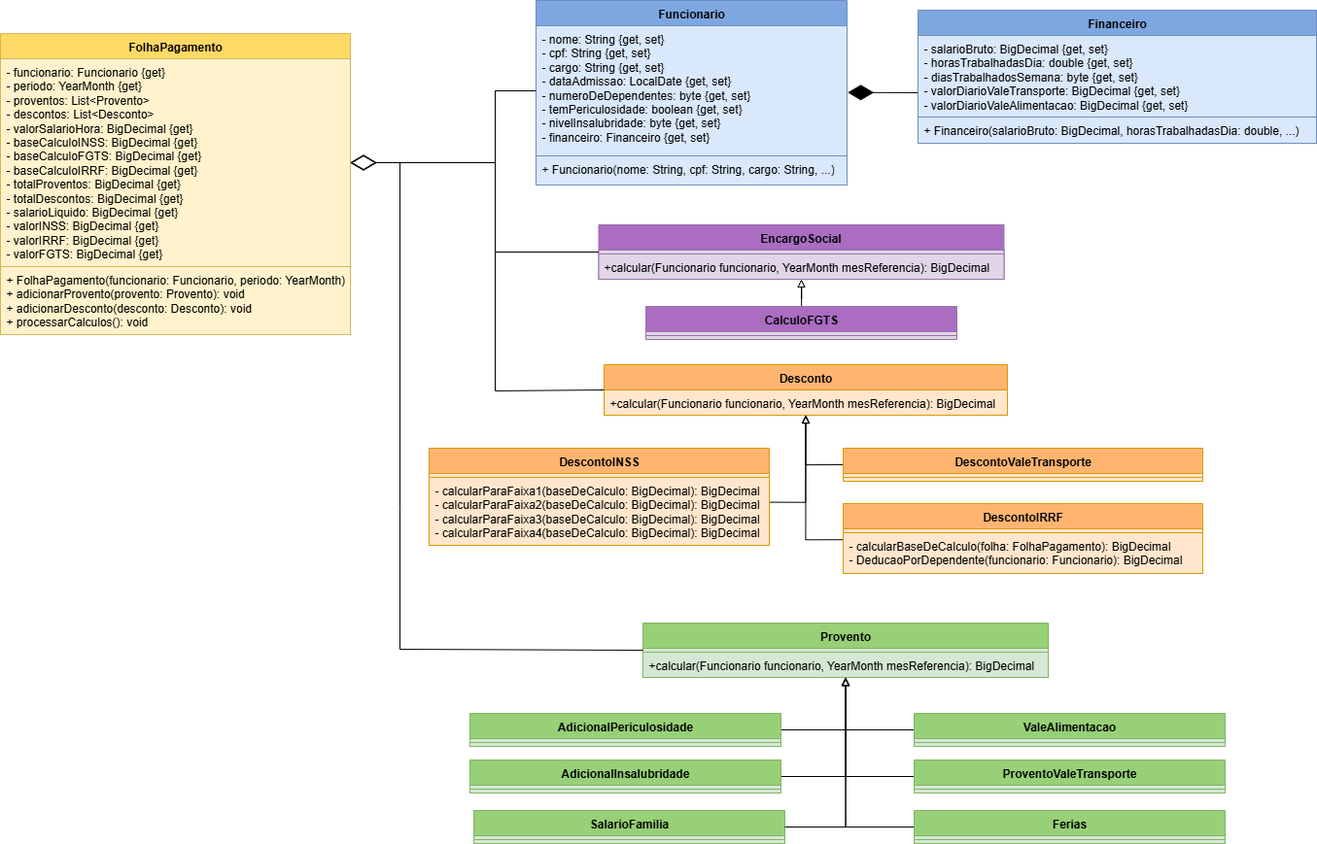
Earlier version of the draw.io export docs/images/diagrama-uml.png (pm-puc-minas/calculo-folha-pagamento-lab2-grupo4). Source tidied: cells renumbered, new cells last; positions are measured from the earlier drawing's top-left corner, leaving out a move shared by most shapes.
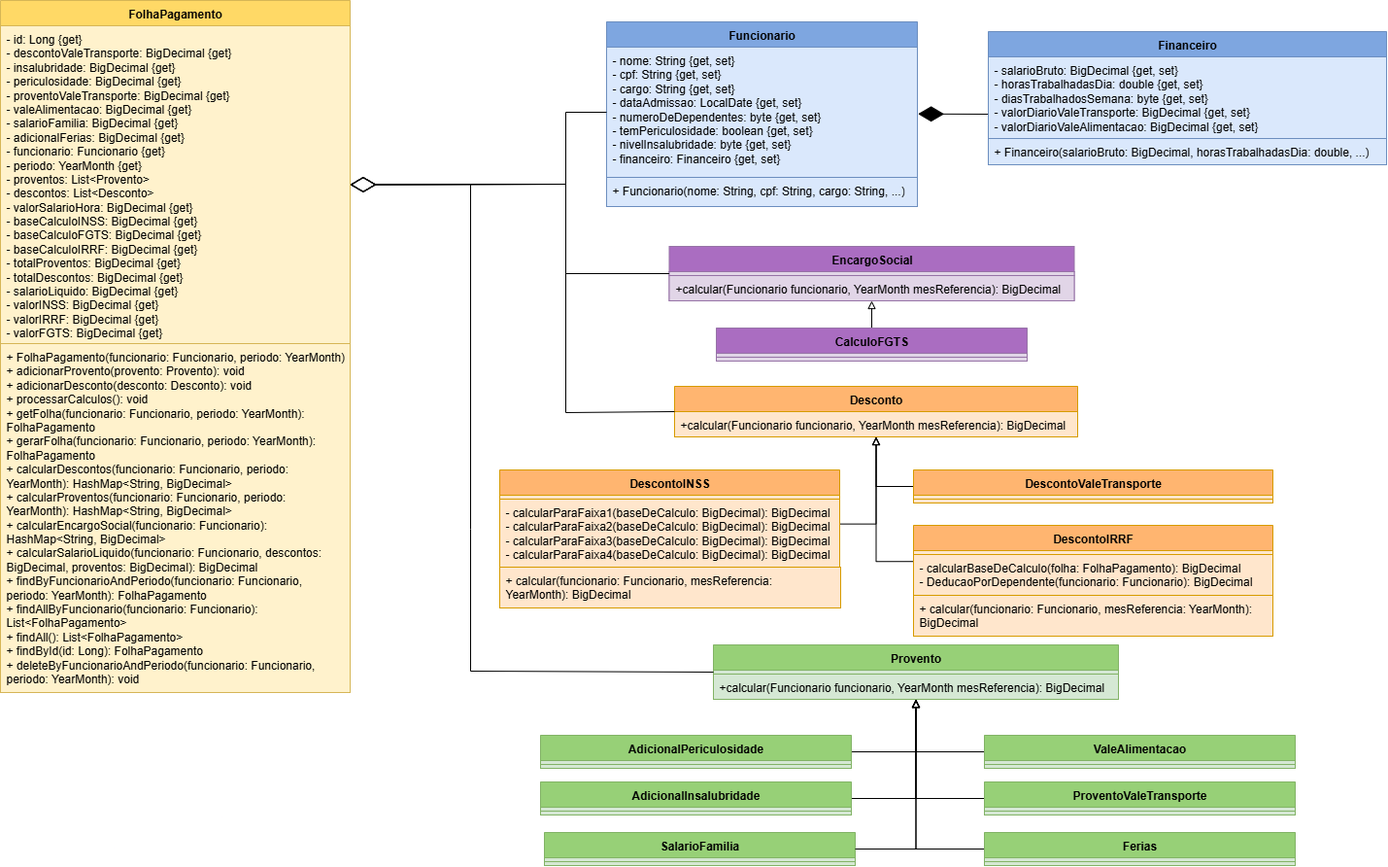
The same diagram one commit later.

Commit message:
Diagrama UML atualizado

The edit, as a diff of the source:
```diff
@@ -12,13 +12,13 @@
       <mxGeometry y="110" width="410" height="27" as="geometry" />
     </mxCell>
     <mxCell id="5" value="FolhaPagamento" style="swimlane;fontStyle=1;align=center;verticalAlign=top;horizontal=1;startSize=26;whiteSpace=wrap;html=1;fillColor=#FFD966;strokeColor=#d6b656;" parent="1" vertex="1">
-      <mxGeometry y="34" width="360" height="310" as="geometry" />
+      <mxGeometry x="-73" y="-22" width="360" height="712" as="geometry" />
     </mxCell>
-    <mxCell id="6" value="- funcionario: Funcionario {get}&lt;br&gt;- periodo: YearMonth {get}&lt;br&gt;- proventos: List&amp;lt;Provento&amp;gt;&lt;br&gt;- descontos: List&amp;lt;Desconto&amp;gt;&lt;div&gt;- valorSalarioHora: BigDecimal {get}&lt;br&gt;- baseCalculoINSS: BigDecimal {get}&lt;br&gt;- baseCalculoFGTS: BigDecimal {get}&lt;br&gt;- baseCalculoIRRF: BigDecimal {get}&lt;br&gt;- totalProventos: BigDecimal {get}&lt;br&gt;- totalDescontos: BigDecimal {get}&lt;br&gt;- salarioLiquido: BigDecimal {get}&lt;br&gt;- valorINSS: BigDecimal {get}&lt;br&gt;- valorIRRF: BigDecimal {get}&lt;br&gt;- valorFGTS: BigDecimal {get}&lt;/div&gt;" style="text;strokeColor=#d6b656;fillColor=#fff2cc;align=left;verticalAlign=top;spacingLeft=4;spacingRight=4;overflow=hidden;points=[[0,0.5],[1,0.5]];portConstraint=eastwest;whiteSpace=wrap;html=1;shadow=0;" parent="5" vertex="1">
-      <mxGeometry y="26" width="360" height="214" as="geometry" />
+    <mxCell id="6" value="&lt;div&gt;- id: Long {get}&lt;/div&gt;&lt;div&gt;- descontoValeTransporte: BigDecimal {get}&lt;/div&gt;&lt;div&gt;- insalubridade: BigDecimal {get}&lt;/div&gt;&lt;div&gt;- periculosidade: BigDecimal {get}&lt;/div&gt;&lt;div&gt;- proventoValeTransporte: BigDecimal {get}&lt;/div&gt;&lt;div&gt;- valeAlimentacao: BigDecimal {get}&lt;/div&gt;&lt;div&gt;- salarioFamilia: BigDecimal {get}&lt;/div&gt;&lt;div&gt;- adicionalFerias: BigDecimal {get}&lt;/div&gt;- funcionario: Funcionario {get}&lt;br&gt;- periodo: YearMonth {get}&lt;br&gt;- proventos: List&amp;lt;Provento&amp;gt;&lt;br&gt;- descontos: List&amp;lt;Desconto&amp;gt;&lt;div&gt;- valorSalarioHora: BigDecimal {get}&lt;br&gt;- baseCalculoINSS: BigDecimal {get}&lt;br&gt;- baseCalculoFGTS: BigDecimal {get}&lt;br&gt;- baseCalculoIRRF: BigDecimal {get}&lt;br&gt;- totalProventos: BigDecimal {get}&lt;br&gt;- totalDescontos: BigDecimal {get}&lt;br&gt;- salarioLiquido: BigDecimal {get}&lt;br&gt;- valorINSS: BigDecimal {get}&lt;br&gt;- valorIRRF: BigDecimal {get}&lt;br&gt;- valorFGTS: BigDecimal {get}&lt;br&gt;&lt;/div&gt;" style="text;strokeColor=#d6b656;fillColor=#fff2cc;align=left;verticalAlign=top;spacingLeft=4;spacingRight=4;overflow=hidden;points=[[0,0.5],[1,0.5]];portConstraint=eastwest;whiteSpace=wrap;html=1;shadow=0;" parent="5" vertex="1">
+      <mxGeometry y="26" width="360" height="327" as="geometry" />
     </mxCell>
-    <mxCell id="7" value="+ FolhaPagamento(funcionario: Funcionario, periodo: YearMonth)&lt;br/&gt;+ adicionarProvento(provento: Provento): void&lt;br/&gt;+ adicionarDesconto(desconto: Desconto): void&lt;br/&gt;+ processarCalculos(): void" style="text;strokeColor=#d6b656;fillColor=#fff2cc;align=left;verticalAlign=top;spacingLeft=4;spacingRight=4;overflow=hidden;whiteSpace=wrap;html=1;shadow=0;" parent="5" vertex="1">
-      <mxGeometry y="240" width="360" height="70" as="geometry" />
+    <mxCell id="7" value="+ FolhaPagamento(funcionario: Funcionario, periodo: YearMonth)&lt;br&gt;+ adicionarProvento(provento: Provento): void&lt;br&gt;+ adicionarDesconto(desconto: Desconto): void&lt;br&gt;+ processarCalculos(): void&lt;br&gt;&lt;div&gt;+ getFolha(funcionario: Funcionario, periodo: YearMonth): FolhaPagamento&lt;/div&gt;&lt;div&gt;+ gerarFolha(funcionario: Funcionario, periodo: YearMonth): FolhaPagamento&lt;/div&gt;&lt;div&gt;+ calcularDescontos(funcionario: Funcionario, periodo: YearMonth): HashMap&amp;lt;String, BigDecimal&amp;gt;&lt;/div&gt;&lt;div&gt;+ calcularProventos(funcionario: Funcionario, periodo: YearMonth): HashMap&amp;lt;String, BigDecimal&amp;gt;&lt;/div&gt;&lt;div&gt;+ calcularEncargoSocial(funcionario: Funcionario): HashMap&amp;lt;String, BigDecimal&amp;gt;&lt;/div&gt;&lt;div&gt;+ calcularSalarioLiquido(funcionario: Funcionario, descontos: BigDecimal, proventos: BigDecimal): BigDecimal&lt;/div&gt;&lt;div&gt;+ findByFuncionarioAndPeriodo(funcionario: Funcionario, periodo: YearMonth): FolhaPagamento&lt;/div&gt;&lt;div&gt;+ findAllByFuncionario(funcionario: Funcionario): List&amp;lt;FolhaPagamento&amp;gt;&lt;/div&gt;&lt;div&gt;+ findAll(): List&amp;lt;FolhaPagamento&amp;gt;&lt;/div&gt;&lt;div&gt;+ findById(id: Long): FolhaPagamento&lt;/div&gt;&lt;div&gt;+ deleteByFuncionarioAndPeriodo(funcionario: Funcionario, periodo: YearMonth): void&lt;/div&gt;&lt;div&gt;&lt;br&gt;&lt;/div&gt;&lt;div&gt;&lt;br&gt;&lt;/div&gt;" style="text;strokeColor=#d6b656;fillColor=#fff2cc;align=left;verticalAlign=top;spacingLeft=4;spacingRight=4;overflow=hidden;whiteSpace=wrap;html=1;shadow=0;" parent="5" vertex="1">
+      <mxGeometry y="353" width="360" height="359" as="geometry" />
     </mxCell>
     <mxCell id="8" style="edgeStyle=orthogonalEdgeStyle;rounded=0;jettySize=auto;html=1;entryX=0.5;entryY=1;entryDx=0;entryDy=0;endArrow=block;endFill=0;exitX=1;exitY=0.5;exitDx=0;exitDy=0;" parent="1" edge="1" source="9" target="31">
       <mxGeometry relative="1" as="geometry">
@@ -218,5 +218,11 @@
     <mxCell id="63" style="edgeStyle=orthogonalEdgeStyle;rounded=0;jettySize=auto;html=1;entryX=0.5;entryY=1.014;entryDx=0;entryDy=0;entryPerimeter=0;exitX=1;exitY=0.5;exitDx=0;exitDy=0;endArrow=block;endFill=0;" parent="1" edge="1" source="60" target="33">
       <mxGeometry relative="1" as="geometry" />
     </mxCell>
+    <mxCell id="64" value="&lt;div&gt;+ calcular(funcionario: Funcionario, mesReferencia: YearMonth): BigDecimal&lt;/div&gt;&lt;div&gt;&lt;br&gt;&lt;/div&gt;" style="text;strokeColor=#d79b00;fillColor=#ffe6cc;align=left;verticalAlign=top;spacingLeft=4;spacingRight=4;overflow=hidden;whiteSpace=wrap;html=1;" parent="1" vertex="1">
+      <mxGeometry x="867" y="590" width="370" height="42" as="geometry" />
+    </mxCell>
+    <mxCell id="65" value="&lt;div&gt;+ calcular(funcionario: Funcionario, mesReferencia: YearMonth): BigDecimal&lt;/div&gt;&lt;div&gt;&lt;br&gt;&lt;/div&gt;" style="text;strokeColor=#d79b00;fillColor=#ffe6cc;align=left;verticalAlign=top;spacingLeft=4;spacingRight=4;overflow=hidden;whiteSpace=wrap;html=1;" parent="1" vertex="1">
+      <mxGeometry x="441" y="561" width="351" height="42" as="geometry" />
+    </mxCell>
   </root>
 </mxGraphModel>
```
